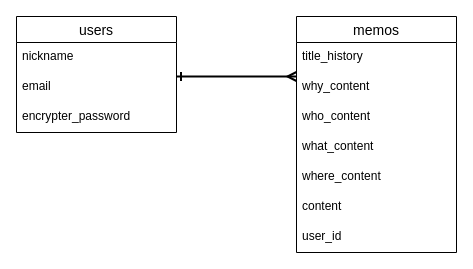
This is date.dio from I-Kouta/easy-memo, a draw.io file, before an edit. Source tidied: cells renumbered, new cells numbered last; positions are measured from the earlier drawing's top-left corner, leaving out a move shared by most shapes. Both pictures are drawn from the tidied source at 100%, with x=0, y=0 at pixel (16, 16).
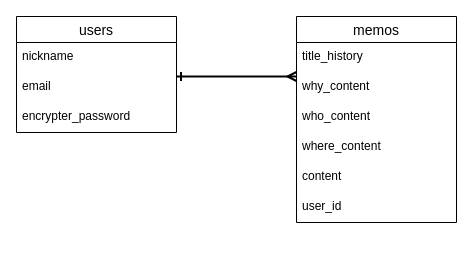
After the change.

The edit, as a diff of the source:
```diff
@@
 <mxGraphModel>
   <root>
     <mxCell id="0" />
     <mxCell id="1" parent="0" />
     <mxCell id="2" value="users" style="swimlane;fontStyle=0;horizontal=1;startSize=26;align=center;fontSize=14;" parent="1" vertex="1">
       <mxGeometry width="160" height="116" as="geometry" />
     </mxCell>
     <mxCell id="3" value="nickname" style="text;strokeColor=none;fillColor=none;spacingLeft=4;spacingRight=4;overflow=hidden;fontSize=12;" parent="2" vertex="1">
       <mxGeometry y="26" width="160" height="30" as="geometry" />
     </mxCell>
     <mxCell id="4" value="email" style="text;strokeColor=none;fillColor=none;spacingLeft=4;spacingRight=4;overflow=hidden;fontSize=12;" parent="2" vertex="1">
       <mxGeometry y="56" width="160" height="30" as="geometry" />
     </mxCell>
     <mxCell id="5" value="encrypter_password" style="text;strokeColor=none;fillColor=none;spacingLeft=4;spacingRight=4;overflow=hidden;fontSize=12;" parent="2" vertex="1">
       <mxGeometry y="86" width="160" height="30" as="geometry" />
     </mxCell>
     <mxCell id="6" value="memos" style="swimlane;fontStyle=0;horizontal=1;startSize=26;align=center;fontSize=14;" parent="1" vertex="1">
-      <mxGeometry x="280" width="160" height="236" as="geometry" />
+      <mxGeometry x="280" width="160" height="206" as="geometry" />
     </mxCell>
     <mxCell id="7" value="title_history" style="text;strokeColor=none;fillColor=none;spacingLeft=4;spacingRight=4;overflow=hidden;fontSize=12;" parent="6" vertex="1">
       <mxGeometry y="26" width="160" height="30" as="geometry" />
     </mxCell>
     <mxCell id="8" value="why_content" style="text;strokeColor=none;fillColor=none;spacingLeft=4;spacingRight=4;overflow=hidden;fontSize=12;" parent="6" vertex="1">
       <mxGeometry y="56" width="160" height="30" as="geometry" />
     </mxCell>
     <mxCell id="9" value="who_content" style="text;strokeColor=none;fillColor=none;spacingLeft=4;spacingRight=4;overflow=hidden;fontSize=12;" parent="6" vertex="1">
       <mxGeometry y="86" width="160" height="30" as="geometry" />
     </mxCell>
-    <mxCell id="10" value="what_content" style="text;strokeColor=none;fillColor=none;spacingLeft=4;spacingRight=4;overflow=hidden;fontSize=12;" parent="6" vertex="1">
-      <mxGeometry y="116" width="160" height="30" as="geometry" />
-    </mxCell>
     <mxCell id="11" value="where_content" style="text;strokeColor=none;fillColor=none;spacingLeft=4;spacingRight=4;overflow=hidden;fontSize=12;" parent="6" vertex="1">
-      <mxGeometry y="146" width="160" height="30" as="geometry" />
+      <mxGeometry y="116" width="160" height="30" as="geometry" />
     </mxCell>
     <mxCell id="12" value="content" style="text;strokeColor=none;fillColor=none;spacingLeft=4;spacingRight=4;overflow=hidden;fontSize=12;" parent="6" vertex="1">
-      <mxGeometry y="176" width="160" height="30" as="geometry" />
+      <mxGeometry y="146" width="160" height="30" as="geometry" />
     </mxCell>
     <mxCell id="13" value="user_id" style="text;strokeColor=none;fillColor=none;spacingLeft=4;spacingRight=4;overflow=hidden;fontSize=12;" parent="6" vertex="1">
-      <mxGeometry y="206" width="160" height="30" as="geometry" />
+      <mxGeometry y="176" width="160" height="30" as="geometry" />
     </mxCell>
     <mxCell id="14" style="endArrow=ERone;html=1;rounded=0;fontFamily=Times New Roman;fontSize=16;strokeWidth=2;startArrow=ERmany;startFill=0;endFill=0;" parent="1" edge="1">
       <mxGeometry relative="1" as="geometry">
         <mxPoint x="280" y="60" as="sourcePoint" />
         <mxPoint x="160" y="60" as="targetPoint" />
       </mxGeometry>
     </mxCell>
   </root>
 </mxGraphModel>
```
